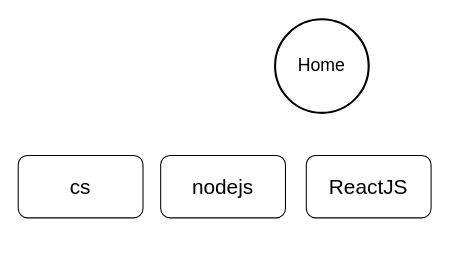
The draw.io diagram files/Untitled Diagram.drawio in arshadkh507/content, before the edit. Source tidied: cells renumbered, new cells numbered last; positions are measured from the earlier drawing's top-left corner, leaving out a move shared by most shapes. Both pictures are drawn from the tidied source at 104%, with x=0, y=0 at pixel (18, 19).
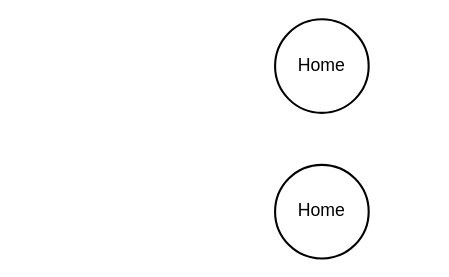
The same diagram, later.

Change to the diagram source:
```diff
@@
 <mxGraphModel>
   <root>
     <mxCell id="0" />
     <mxCell id="1" parent="0" />
     <mxCell id="2" value="&lt;font style=&quot;font-size: 17px;&quot;&gt;Home&lt;/font&gt;" style="ellipse;whiteSpace=wrap;html=1;strokeWidth=2;" parent="1" vertex="1">
       <mxGeometry x="247" width="90" height="90" as="geometry" />
     </mxCell>
-    <mxCell id="3" value="&lt;font style=&quot;font-size: 20px;&quot;&gt;cs&lt;/font&gt;" style="rounded=1;whiteSpace=wrap;html=1;" parent="1" vertex="1">
-      <mxGeometry y="131" width="120" height="60" as="geometry" />
-    </mxCell>
-    <mxCell id="4" value="&lt;font style=&quot;font-size: 20px;&quot;&gt;nodejs&lt;/font&gt;" style="rounded=1;whiteSpace=wrap;html=1;" parent="1" vertex="1">
-      <mxGeometry x="137" y="131" width="120" height="60" as="geometry" />
-    </mxCell>
-    <mxCell id="5" value="&lt;font style=&quot;font-size: 20px;&quot;&gt;ReactJS&lt;/font&gt;" style="rounded=1;whiteSpace=wrap;html=1;" parent="1" vertex="1">
-      <mxGeometry x="277" y="131" width="120" height="60" as="geometry" />
-    </mxCell>
+    <mxCell id="6" value="&lt;font style=&quot;font-size: 17px;&quot;&gt;Home&lt;/font&gt;" style="ellipse;whiteSpace=wrap;html=1;strokeWidth=2;" parent="1" vertex="1">
+      <mxGeometry x="247" y="140" width="90" height="90" as="geometry" />
+    </mxCell>
   </root>
 </mxGraphModel>
```
